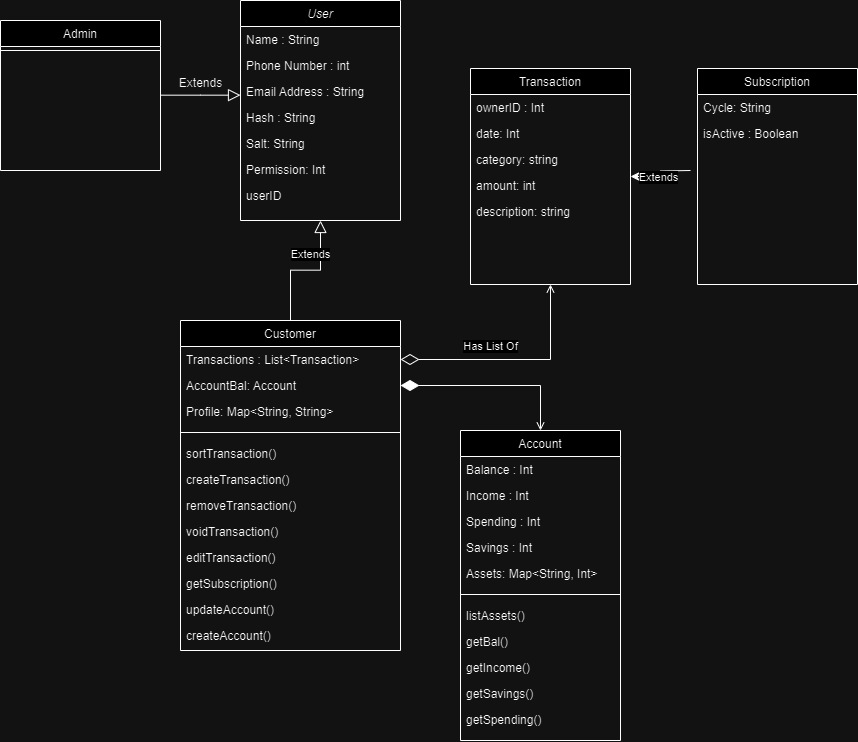
Above: BudDiagram.drawio.png in jackherberger/Bud (draw.io), before the change. Source tidied: cells renumbered, new cells last; positions are measured from the earlier drawing's top-left corner, leaving out a move shared by most shapes.
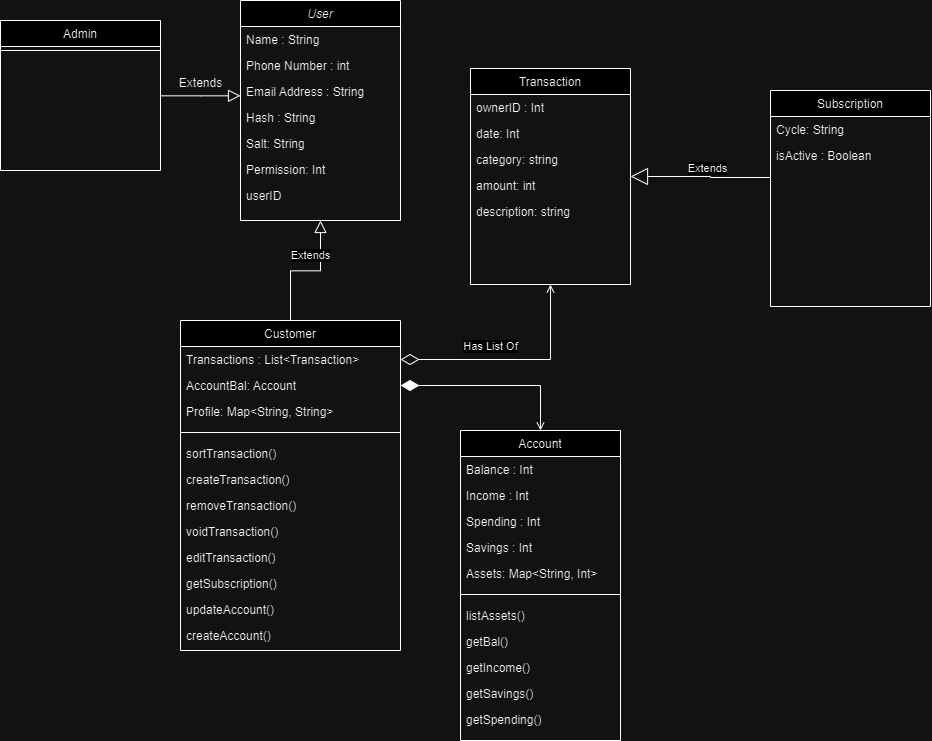
The same diagram one commit later.

Commit message:
Tweak Diagram

What changed in the source:
```diff
@@ -82,6 +82,21 @@
     <mxCell id="27" style="endArrow=block;endSize=10;endFill=0;shadow=0;strokeWidth=1;rounded=0;edgeStyle=elbowEdgeStyle;elbow=vertical;" parent="1" edge="1" source="25" target="2">
       <mxGeometry relative="1" as="geometry" />
     </mxCell>
+    <mxCell id="55" style="edgeStyle=orthogonalEdgeStyle;rounded=0;jettySize=auto;html=1;startArrow=block;startFill=0;endArrow=none;endFill=0;startSize=15;" parent="1" edge="1" source="28">
+      <mxGeometry relative="1" as="geometry">
+        <mxPoint x="770" y="176" as="targetPoint" />
+        <Array as="points">
+          <mxPoint x="710" y="176" />
+          <mxPoint x="710" y="177" />
+          <mxPoint x="770" y="177" />
+        </Array>
+      </mxGeometry>
+    </mxCell>
+    <mxCell id="54" value="Extends" style="edgeLabel;html=1;align=center;verticalAlign=middle;" parent="55" vertex="1">
+      <mxGeometry x="0.07" relative="1" as="geometry">
+        <mxPoint y="-8" as="offset" />
+      </mxGeometry>
+    </mxCell>
     <mxCell id="28" value="Transaction" style="swimlane;fontStyle=0;align=center;verticalAlign=top;horizontal=1;startSize=26;rounded=0;shadow=0;strokeWidth=1;" parent="1" vertex="1">
       <mxGeometry x="470" y="68" width="160" height="216" as="geometry" />
     </mxCell>
@@ -151,7 +166,7 @@
       <mxGeometry relative="1" as="geometry" />
     </mxCell>
     <mxCell id="50" value="Subscription" style="swimlane;fontStyle=0;align=center;verticalAlign=top;horizontal=1;startSize=26;rounded=0;shadow=0;strokeWidth=1;" parent="1" vertex="1">
-      <mxGeometry x="697" y="68" width="160" height="216" as="geometry" />
+      <mxGeometry x="770" y="90" width="160" height="216" as="geometry" />
     </mxCell>
     <mxCell id="51" value="Cycle: String" style="text;align=left;verticalAlign=top;spacingLeft=4;spacingRight=4;overflow=hidden;" parent="50" vertex="1">
       <mxGeometry y="26" width="160" height="26" as="geometry" />
@@ -159,13 +174,5 @@
     <mxCell id="52" value="isActive : Boolean" style="text;align=left;verticalAlign=top;spacingLeft=4;spacingRight=4;overflow=hidden;" parent="50" vertex="1">
       <mxGeometry y="52" width="160" height="26" as="geometry" />
     </mxCell>
-    <mxCell id="53" style="edgeStyle=orthogonalEdgeStyle;rounded=0;jettySize=auto;html=1;startArrow=classic;startFill=1;endArrow=none;endFill=0;" parent="1" edge="1" source="28">
-      <mxGeometry relative="1" as="geometry">
-        <mxPoint x="690" y="170" as="targetPoint" />
-      </mxGeometry>
-    </mxCell>
-    <mxCell id="54" value="Extends" style="edgeLabel;html=1;align=center;verticalAlign=middle;" parent="53" vertex="1">
-      <mxGeometry x="-0.17" y="-1" relative="1" as="geometry" />
-    </mxCell>
   </root>
 </mxGraphModel>
```
